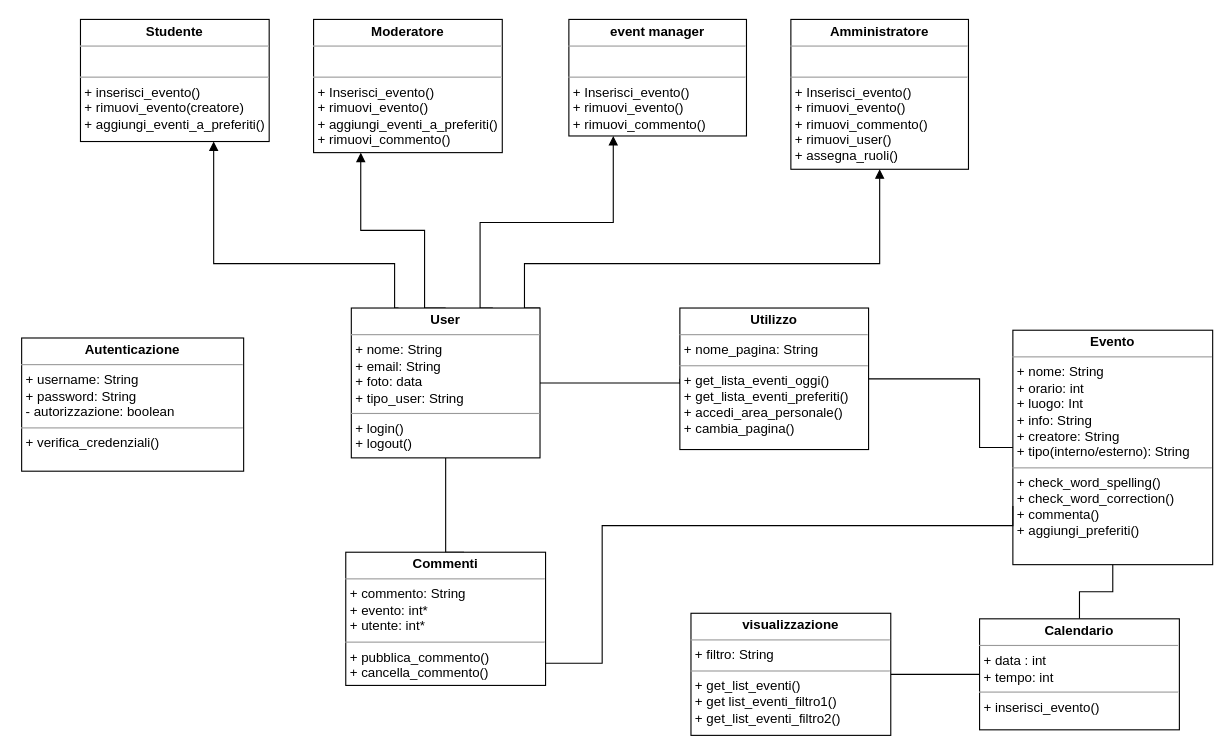
Earlier version of the draw.io diagram diagrams/4.class_diagram/class_diagram.drawio (tomasel/IS_Univents). Source tidied: cells renumbered, new cells numbered last; positions are measured from the earlier drawing's top-left corner, leaving out a move shared by most shapes. Both pictures are drawn from the tidied source at 111%, with x=0, y=0 at pixel (21, 19).
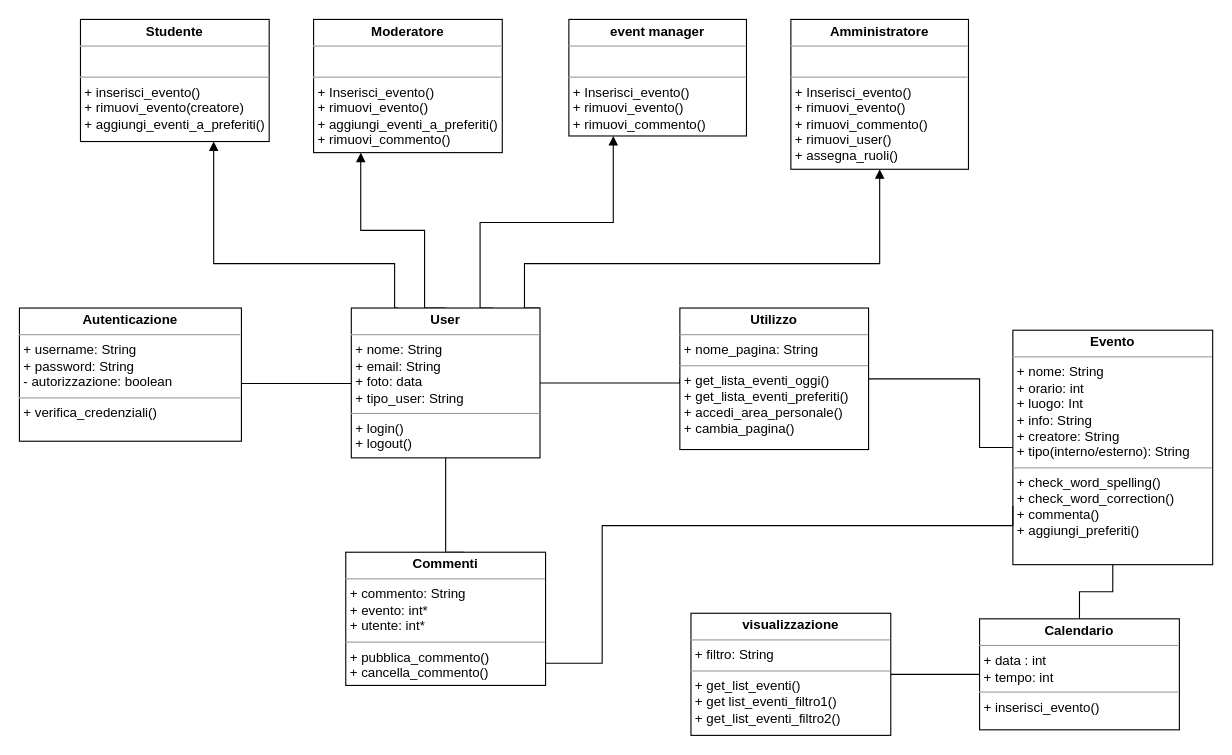
Above is the later version.

Commit message (it also covers changes not shown here):
aggiunto collegamento autenticazione-user

The change refers to these unchanged cells:
```xml
<mxCell id="8" value="&lt;p style=&quot;margin: 0px ; margin-top: 4px ; text-align: center&quot;&gt;&lt;b&gt;User&lt;/b&gt;&lt;/p&gt;&lt;hr size=&quot;1&quot;&gt;&lt;p style=&quot;margin: 0px ; margin-left: 4px&quot;&gt;+ nome: String&lt;/p&gt;&lt;p style=&quot;margin: 0px ; margin-left: 4px&quot;&gt;+ email: String&lt;/p&gt;&lt;p style=&quot;margin: 0px ; margin-left: 4px&quot;&gt;&lt;span&gt;+ foto: data&lt;/span&gt;&lt;/p&gt;&lt;p style=&quot;margin: 0px ; margin-left: 4px&quot;&gt;&lt;span&gt;+ tipo_user: String&lt;/span&gt;&lt;/p&gt;&lt;hr size=&quot;1&quot;&gt;&lt;p style=&quot;margin: 0px ; margin-left: 4px&quot;&gt;+ login()&lt;/p&gt;&lt;p style=&quot;margin: 0px ; margin-left: 4px&quot;&gt;+ logout()&lt;/p&gt;&lt;p style=&quot;margin: 0px 0px 0px 4px&quot;&gt;&lt;br&gt;&lt;/p&gt;" style="verticalAlign=top;align=left;overflow=fill;fontSize=12;fontFamily=Helvetica;html=1;" parent="1" vertex="1">
  <mxGeometry x="297" y="260" width="170" height="135" as="geometry" />
</mxCell>
```

Diff of the diagram source:
```diff
@@
+    <mxCell id="23" style="edgeStyle=orthogonalEdgeStyle;rounded=0;jettySize=auto;html=1;endArrow=none;endFill=0;" parent="1" edge="1" source="19" target="8">
+      <mxGeometry relative="1" as="geometry">
+        <Array as="points">
+          <mxPoint x="226" y="328" />
+          <mxPoint x="226" y="328" />
+        </Array>
+      </mxGeometry>
+    </mxCell>
     <mxCell id="19" value="&lt;p style=&quot;margin: 0px ; margin-top: 4px ; text-align: center&quot;&gt;&lt;b&gt;Autenticazione&lt;/b&gt;&lt;/p&gt;&lt;hr size=&quot;1&quot;&gt;&lt;p style=&quot;margin: 0px ; margin-left: 4px&quot;&gt;+ username: String&lt;/p&gt;&lt;p style=&quot;margin: 0px ; margin-left: 4px&quot;&gt;+ password: String&lt;/p&gt;&lt;p style=&quot;margin: 0px ; margin-left: 4px&quot;&gt;- autorizzazione: boolean&lt;/p&gt;&lt;hr size=&quot;1&quot;&gt;&lt;p style=&quot;margin: 0px ; margin-left: 4px&quot;&gt;&lt;/p&gt;&lt;p style=&quot;margin: 0px ; margin-left: 4px&quot;&gt;+ verifica_credenziali()&lt;/p&gt;" style="verticalAlign=top;align=left;overflow=fill;fontSize=12;fontFamily=Helvetica;html=1;" parent="1" vertex="1">
-      <mxGeometry y="287" width="200" height="120" as="geometry" />
+      <mxGeometry x="-2" y="260" width="200" height="120" as="geometry" />
     </mxCell>
```
